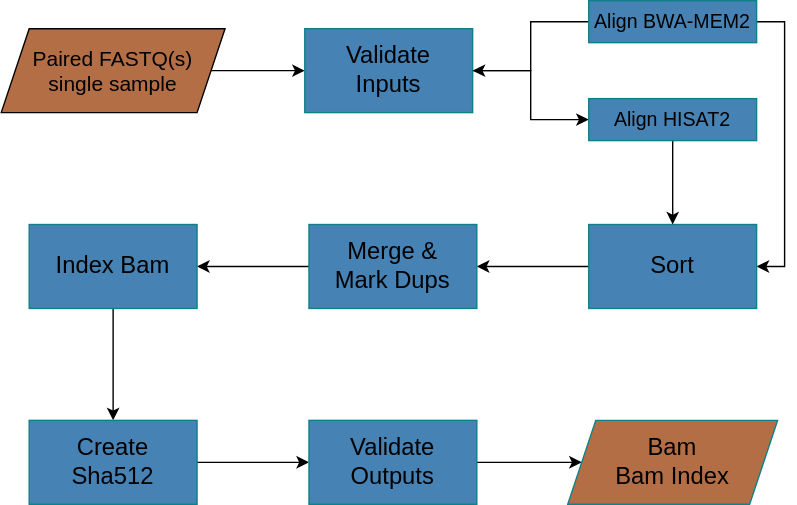
Before: flowchart-diagram.drawio.svg, a diagram exported from draw.io (uclahs-cds/pipeline-align-DNA). Source tidied: cells renumbered, new cells last; positions are measured from the earlier drawing's top-left corner, leaving out a move shared by most shapes.
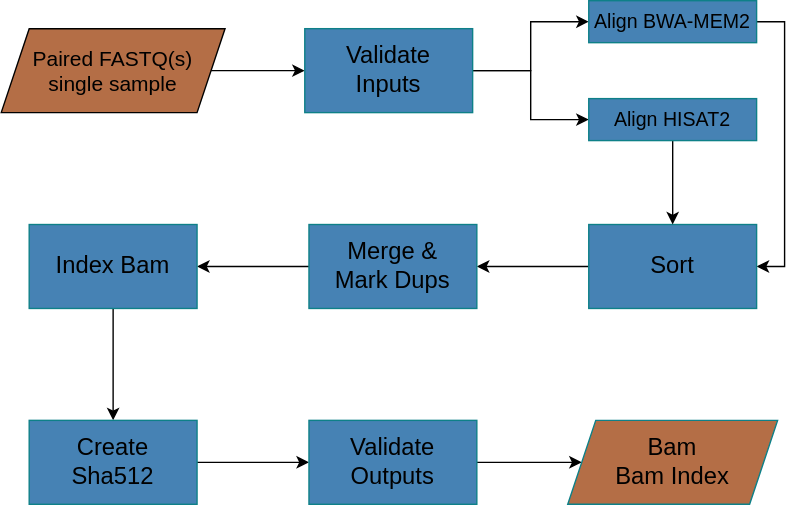
Above is the later version.

Commit message:
Reverted flowchart arrow color to black

The edit, as a diff of the source:
```diff
@@ -8,7 +8,7 @@
     <mxCell id="3" value="Paired FASTQ(s)&lt;br style=&quot;font-size: 15px;&quot;&gt;single sample" style="shape=parallelogram;perimeter=parallelogramPerimeter;whiteSpace=wrap;html=1;fixedSize=1;fontSize=15;fillColor=#B46E46;" parent="1" vertex="1">
       <mxGeometry y="20" width="160" height="60" as="geometry" />
     </mxCell>
-    <mxCell id="4" style="edgeStyle=orthogonalEdgeStyle;rounded=0;jettySize=auto;html=1;fontSize=15;strokeColor=#FFFFFF;" parent="1" edge="1" source="6" target="9">
+    <mxCell id="4" style="edgeStyle=orthogonalEdgeStyle;rounded=0;jettySize=auto;html=1;fontSize=15;strokeColor=#000000;" parent="1" edge="1" source="6" target="9">
       <mxGeometry relative="1" as="geometry" />
     </mxCell>
     <mxCell id="5" style="edgeStyle=orthogonalEdgeStyle;rounded=0;jettySize=auto;html=1;exitX=1;exitY=0.5;exitDx=0;exitDy=0;entryX=0;entryY=0.5;entryDx=0;entryDy=0;fontColor=#ffffff;strokeColor=#000000;" parent="1" edge="1" source="6" target="22">
@@ -20,9 +20,6 @@
     <mxCell id="7" style="edgeStyle=orthogonalEdgeStyle;rounded=0;jettySize=auto;html=1;exitX=1;exitY=0.5;exitDx=0;exitDy=0;entryX=1;entryY=0.5;entryDx=0;entryDy=0;strokeColor=#000000;" parent="1" edge="1" source="9" target="11">
       <mxGeometry relative="1" as="geometry" />
     </mxCell>
-    <mxCell id="8" style="edgeStyle=orthogonalEdgeStyle;rounded=0;jettySize=auto;html=1;strokeColor=#000000;" parent="1" edge="1" source="9" target="6">
-      <mxGeometry relative="1" as="geometry" />
-    </mxCell>
     <mxCell id="9" value="&lt;font style=&quot;font-size: 14px&quot;&gt;Align BWA-MEM2&lt;/font&gt;" style="whiteSpace=wrap;html=1;fontSize=17;strokeColor=#0e8088;fillColor=#4682B4;" parent="1" vertex="1">
       <mxGeometry x="420" width="120" height="30" as="geometry" />
     </mxCell>
```
